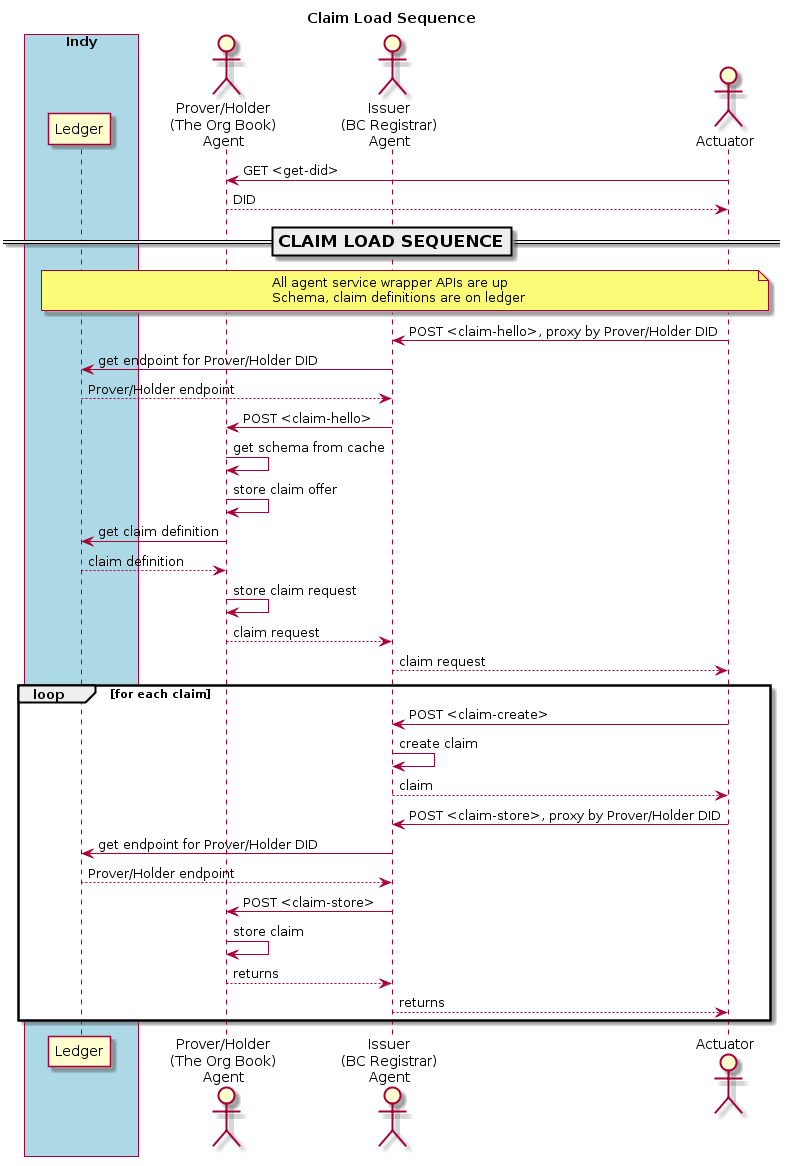
Above: doc/pic/claim-load.png in PSPC-SPAC-buyandsell/demo-agent (PlantUML), before the change.
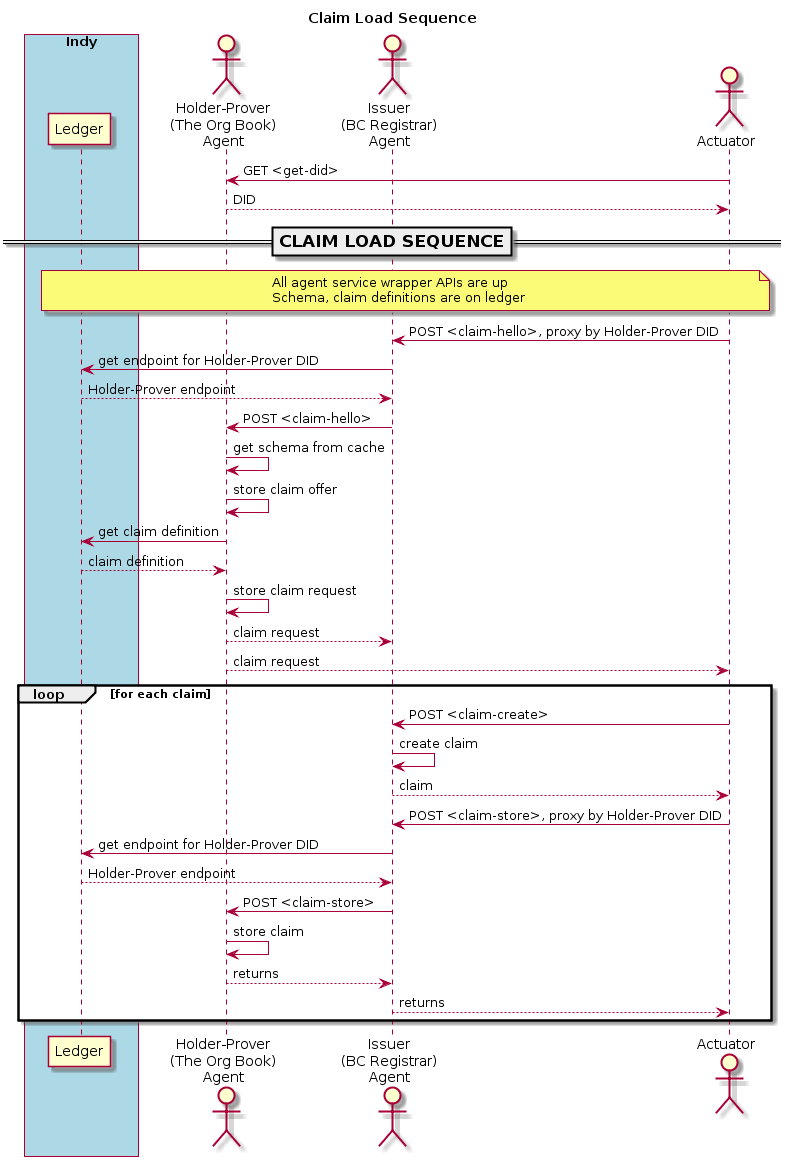
Later version of the same file.

What changed in the source:
```diff
@@ -1,4 +1,5 @@
 @startuml
+
 skinparam ParticipantPadding 20
 skinparam BoxPadding 20
 
@@ -8,7 +9,7 @@
     participant "Ledger" as ledger
 endbox
 
-actor "Prover/Holder\n(The Org Book)\nAgent" as obag
+actor "Holder-Prover\n(The Org Book)\nAgent" as obag
 actor "Issuer\n(BC Registrar)\nAgent" as bcrag
 actor "Actuator" as ator
 
@@ -21,9 +22,9 @@
 Schema, claim definitions are on ledger
 endnote
 
-ator -> bcrag: POST <claim-hello>, proxy by Prover/Holder DID
-bcrag -> ledger: get endpoint for Prover/Holder DID
-ledger --> bcrag: Prover/Holder endpoint
+ator -> bcrag: POST <claim-hello>, proxy by Holder-Prover DID
+bcrag -> ledger: get endpoint for Holder-Prover DID
+ledger --> bcrag: Holder-Prover endpoint
 bcrag -> obag: POST <claim-hello>
 obag -> obag: get schema from cache
 obag -> obag: store claim offer
@@ -31,15 +32,15 @@
 ledger --> obag: claim definition
 obag -> obag: store claim request
 obag --> bcrag: claim request
-bcrag --> ator: claim request
+obag --> ator: claim request
 
 loop for each claim
     ator -> bcrag: POST <claim-create>
     bcrag -> bcrag: create claim
     bcrag --> ator: claim
-    ator -> bcrag: POST <claim-store>, proxy by Prover/Holder DID
-    bcrag -> ledger: get endpoint for Prover/Holder DID
-    ledger --> bcrag: Prover/Holder endpoint
+    ator -> bcrag: POST <claim-store>, proxy by Holder-Prover DID
+    bcrag -> ledger: get endpoint for Holder-Prover DID
+    ledger --> bcrag: Holder-Prover endpoint
     bcrag -> obag: POST <claim-store>
     obag -> obag: store claim
     obag --> bcrag: returns
```
